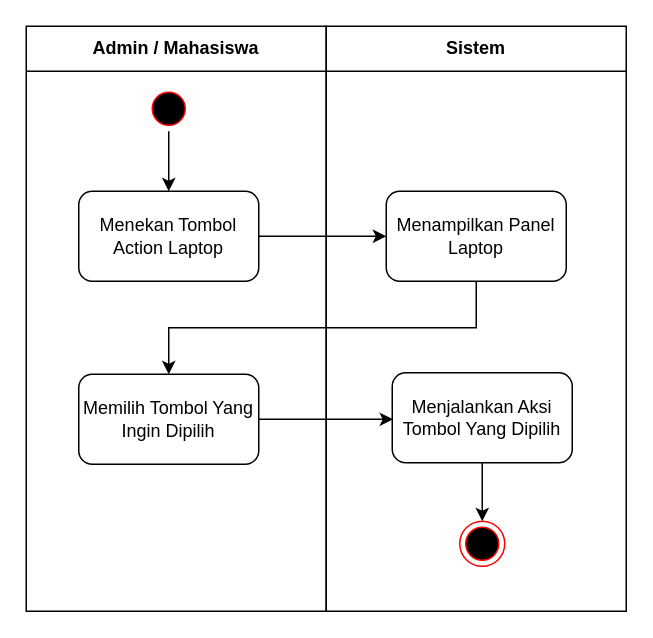
Before: skripsi/skripsi/gambar/BAB III/Activity Diagram/Activity Diagram Action – Laptop.drawio in hako-975/UNPAM-File, a draw.io diagram. Source tidied: cells renumbered, new cells numbered last; positions are measured from the earlier drawing's top-left corner, leaving out a move shared by most shapes. Both pictures are drawn from the tidied source at 150%, with x=0, y=0 at pixel (26, 26).
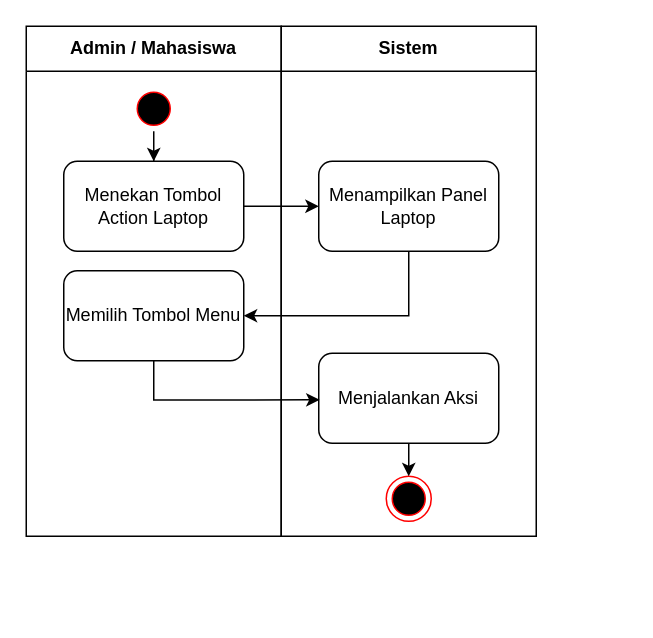
Above is the later version.

The edit, as a diff of the source:
```diff
@@
 <mxGraphModel>
   <root>
     <mxCell id="0" />
     <mxCell id="1" parent="0" />
     <mxCell id="2" value="Admin / Mahasiswa" style="swimlane;whiteSpace=wrap;html=1;startSize=30;" parent="1" vertex="1">
-      <mxGeometry width="200" height="390" as="geometry" />
+      <mxGeometry width="170" height="340" as="geometry" />
     </mxCell>
     <mxCell id="3" style="edgeStyle=orthogonalEdgeStyle;rounded=0;jettySize=auto;html=1;entryX=0.5;entryY=0;entryDx=0;entryDy=0;" parent="2" edge="1" source="4" target="5">
       <mxGeometry relative="1" as="geometry" />
     </mxCell>
     <mxCell id="4" style="ellipse;html=1;shape=startState;fillColor=#000000;strokeColor=#ff0000;" parent="2" vertex="1">
-      <mxGeometry x="80" y="40" width="30" height="30" as="geometry" />
+      <mxGeometry x="70" y="40" width="30" height="30" as="geometry" />
     </mxCell>
     <mxCell id="5" value="Menekan Tombol&lt;div&gt;Action Laptop&lt;/div&gt;" style="rounded=1;whiteSpace=wrap;html=1;" parent="2" vertex="1">
-      <mxGeometry x="35" y="110" width="120" height="60" as="geometry" />
+      <mxGeometry x="25" y="90" width="120" height="60" as="geometry" />
     </mxCell>
-    <mxCell id="6" value="Memilih Tombol Yang Ingin Dipilih" style="whiteSpace=wrap;html=1;rounded=1;" parent="2" vertex="1">
-      <mxGeometry x="35" y="232" width="120" height="60" as="geometry" />
+    <mxCell id="6" value="Memilih Tombol Menu" style="whiteSpace=wrap;html=1;rounded=1;" parent="2" vertex="1">
+      <mxGeometry x="25" y="163" width="120" height="60" as="geometry" />
     </mxCell>
     <mxCell id="7" value="Sistem" style="swimlane;whiteSpace=wrap;html=1;startSize=30;" parent="1" vertex="1">
-      <mxGeometry x="200" width="200" height="390" as="geometry" />
+      <mxGeometry x="170" width="170" height="340" as="geometry" />
     </mxCell>
     <mxCell id="8" value="Menampilkan Panel Laptop" style="whiteSpace=wrap;html=1;rounded=1;" parent="7" vertex="1">
-      <mxGeometry x="40" y="110" width="120" height="60" as="geometry" />
+      <mxGeometry x="25" y="90" width="120" height="60" as="geometry" />
     </mxCell>
     <mxCell id="9" style="ellipse;html=1;shape=endState;fillColor=#000000;strokeColor=#ff0000;" parent="7" vertex="1">
-      <mxGeometry x="89" y="330" width="30" height="30" as="geometry" />
+      <mxGeometry x="70" y="300" width="30" height="30" as="geometry" />
     </mxCell>
     <mxCell id="10" style="edgeStyle=orthogonalEdgeStyle;rounded=0;jettySize=auto;html=1;entryX=0.5;entryY=0;entryDx=0;entryDy=0;" parent="7" edge="1" source="11" target="9">
       <mxGeometry relative="1" as="geometry" />
     </mxCell>
-    <mxCell id="11" value="Menjalankan Aksi Tombol Yang Dipilih" style="whiteSpace=wrap;html=1;rounded=1;" parent="7" vertex="1">
-      <mxGeometry x="44" y="231" width="120" height="60" as="geometry" />
+    <mxCell id="11" value="Menjalankan Aksi" style="whiteSpace=wrap;html=1;rounded=1;" parent="7" vertex="1">
+      <mxGeometry x="25" y="218" width="120" height="60" as="geometry" />
     </mxCell>
     <mxCell id="12" style="edgeStyle=orthogonalEdgeStyle;rounded=0;jettySize=auto;html=1;exitX=1;exitY=0.5;exitDx=0;exitDy=0;" parent="1" edge="1" source="5" target="8">
       <mxGeometry relative="1" as="geometry" />
     </mxCell>
-    <mxCell id="13" style="edgeStyle=orthogonalEdgeStyle;rounded=0;jettySize=auto;html=1;exitX=0.5;exitY=1;exitDx=0;exitDy=0;entryX=0.5;entryY=0;entryDx=0;entryDy=0;" parent="1" edge="1" source="8" target="6">
+    <mxCell id="13" style="edgeStyle=orthogonalEdgeStyle;rounded=0;jettySize=auto;html=1;exitX=0.5;exitY=1;exitDx=0;exitDy=0;entryX=1;entryY=0.5;entryDx=0;entryDy=0;" parent="1" edge="1" source="8" target="6">
       <mxGeometry relative="1" as="geometry" />
     </mxCell>
-    <mxCell id="14" style="edgeStyle=orthogonalEdgeStyle;rounded=0;jettySize=auto;html=1;entryX=0.005;entryY=0.518;entryDx=0;entryDy=0;entryPerimeter=0;" parent="1" edge="1" source="6" target="11">
+    <mxCell id="14" style="edgeStyle=orthogonalEdgeStyle;rounded=0;jettySize=auto;html=1;entryX=0.005;entryY=0.518;entryDx=0;entryDy=0;entryPerimeter=0;exitX=0.5;exitY=1;exitDx=0;exitDy=0;" parent="1" edge="1" source="6" target="11">
       <mxGeometry relative="1" as="geometry" />
     </mxCell>
   </root>
 </mxGraphModel>
```
